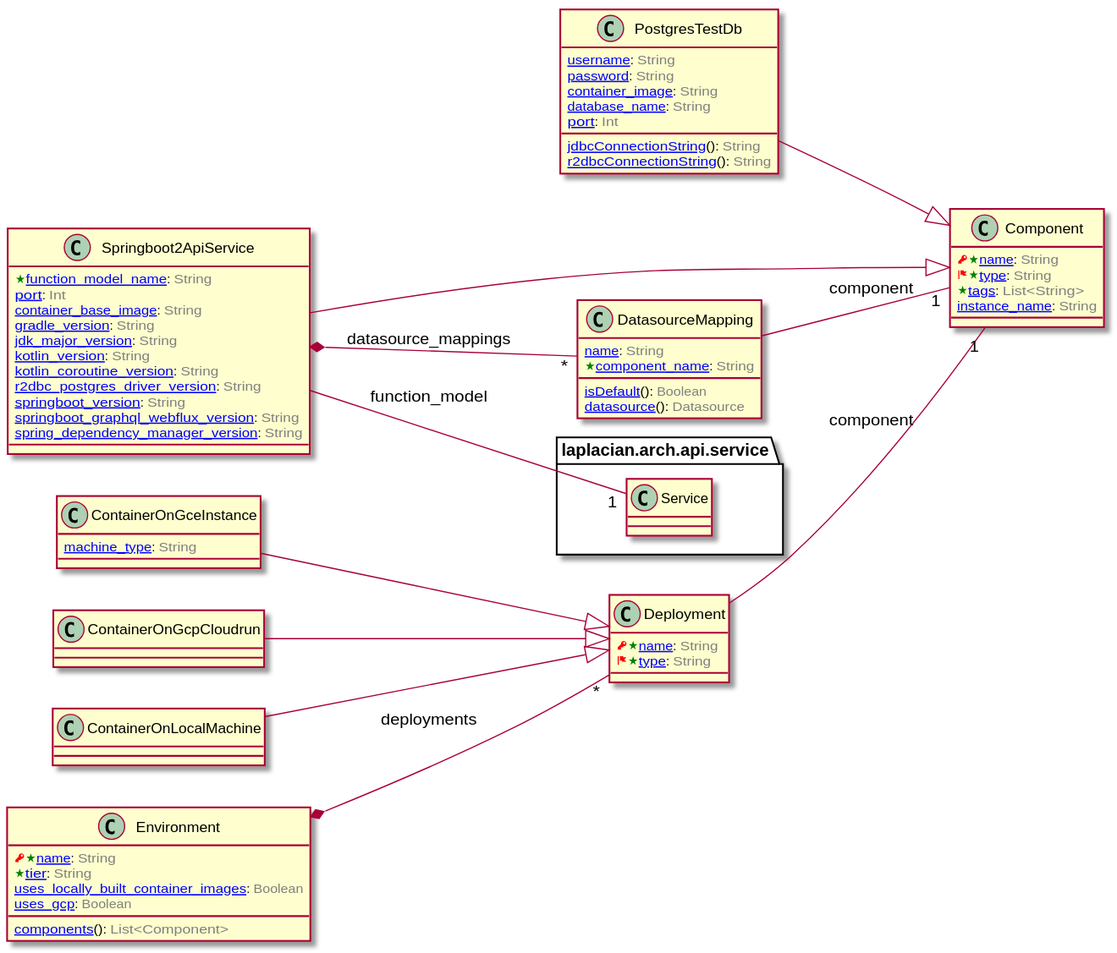
Above: doc/image/model-diagram.svg in laplacian-arch/deployment.domain-model (PlantUML), before the change.
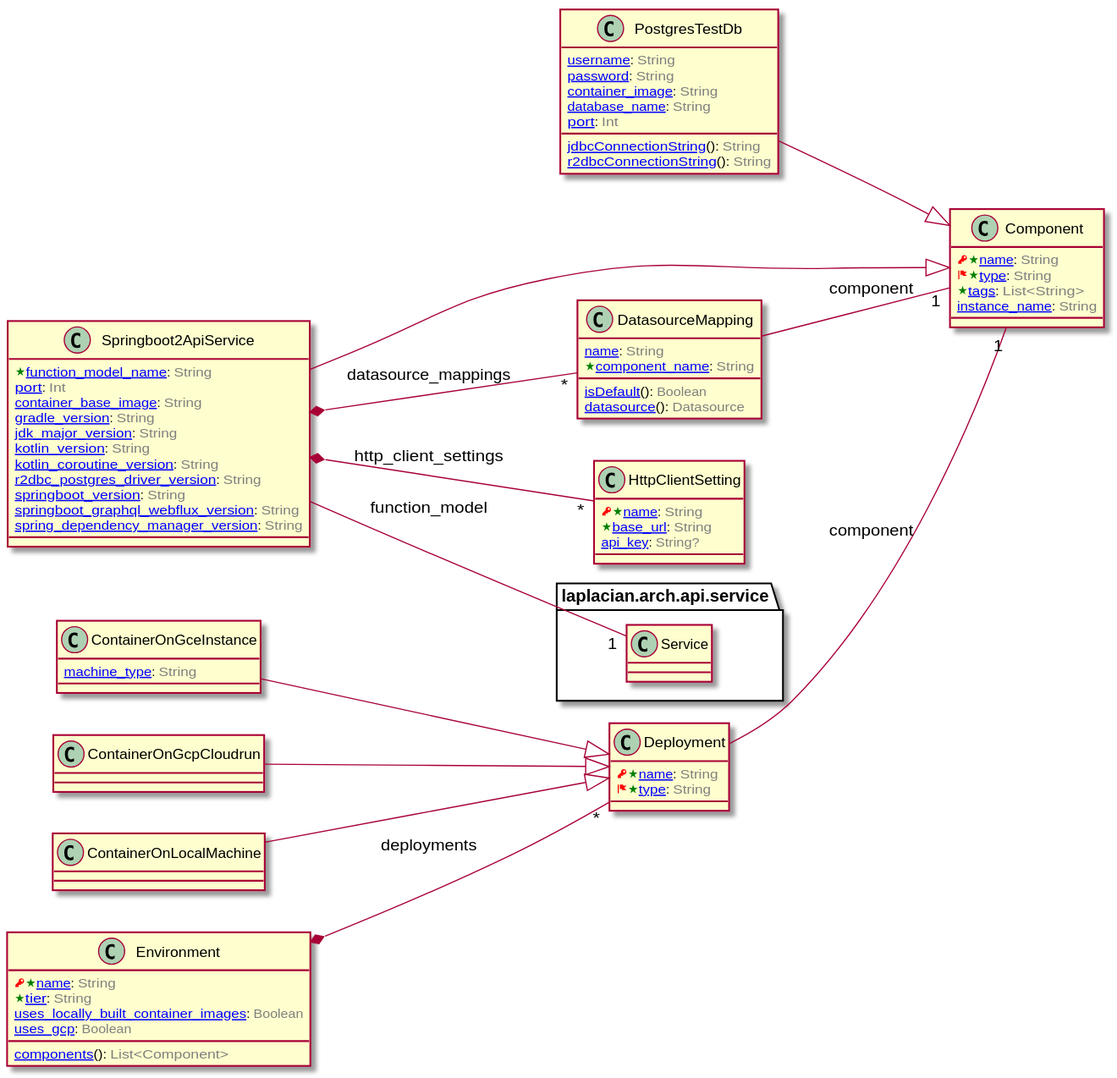
Above is the later version.

Commit message:
add a model holding some settings for http client

Change to the diagram source:
```diff
@@ -67,6 +67,13 @@
 
 
 
+
+
+Springboot2ApiService *-- "*" HttpClientSetting : http_client_settings
+
+
+
+
 class DatasourceMapping [[/blob/master/doc/entities/DatasourceMapping.md]] {
   [[/blob/master/doc/entities/DatasourceMapping.md#name-string name]]: <color:GRAY>String</color>
   [[/blob/master/doc/entities/DatasourceMapping.md#is_default-boolean isDefault]](): <color:GRAY>Boolean</color>
@@ -80,6 +87,15 @@
 
 
 DatasourceMapping -- "1" Component : component
+
+
+
+
+class HttpClientSetting [[/blob/master/doc/entities/HttpClientSetting.md]] {
+  <color:RED><&key></color><color:Green><&star></color>[[/blob/master/doc/entities/HttpClientSetting.md#name-string name]]: <color:GRAY>String</color>
+  <color:Green><&star></color>[[/blob/master/doc/entities/HttpClientSetting.md#base_url-string base_url]]: <color:GRAY>String</color>
+  [[/blob/master/doc/entities/HttpClientSetting.md#api_key-string api_key]]: <color:GRAY>String?</color>
+}
 
 
 
```
